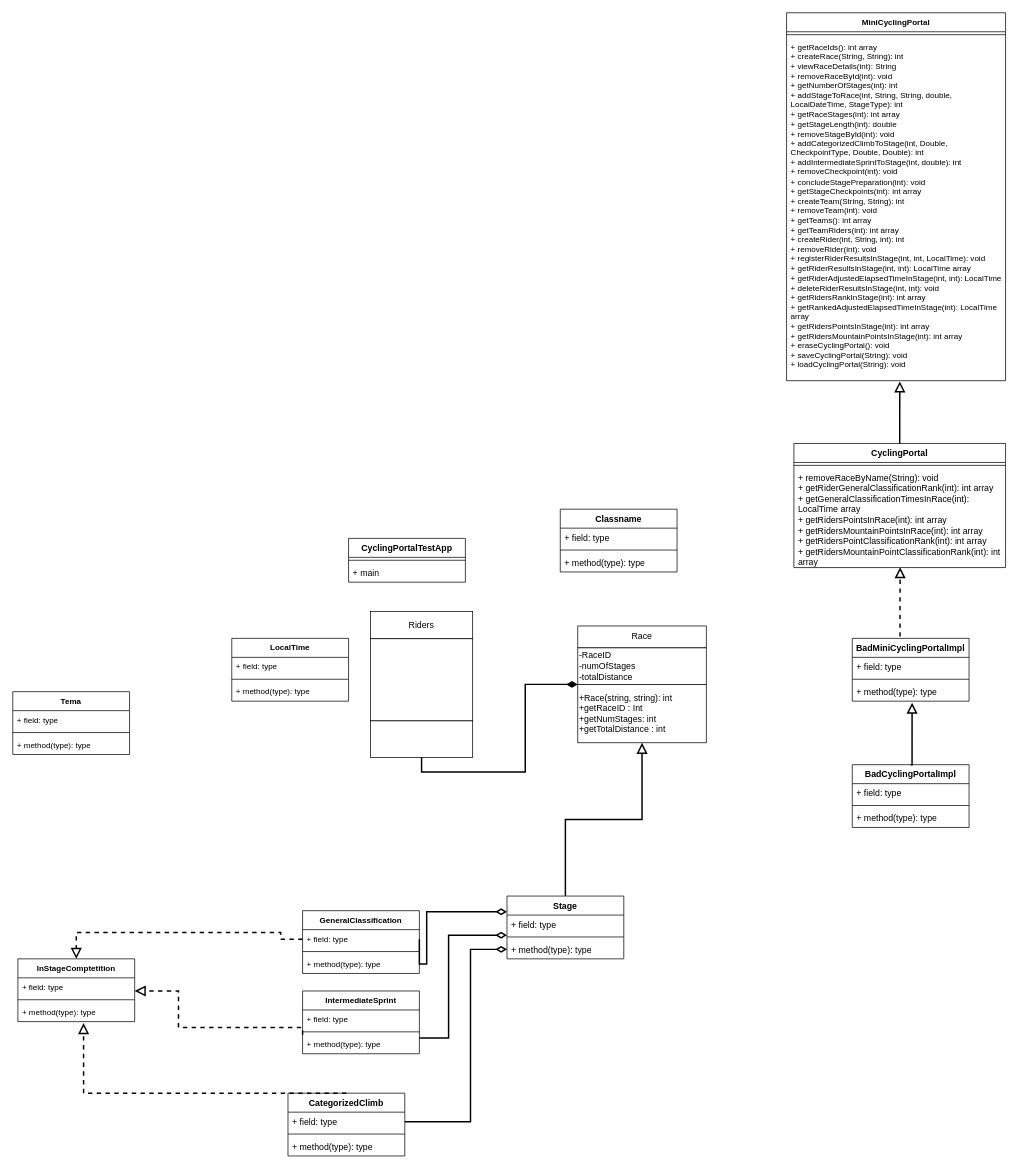
The draw.io diagram OOPCyclingUML.drawio in Negativity7477/Bike-Racing, before the edit. Source tidied: cells renumbered, new cells numbered last; positions are measured from the earlier drawing's top-left corner, leaving out a move shared by most shapes. Both pictures are drawn from the tidied source at 73%, with x=0, y=0 at pixel (12, 12).
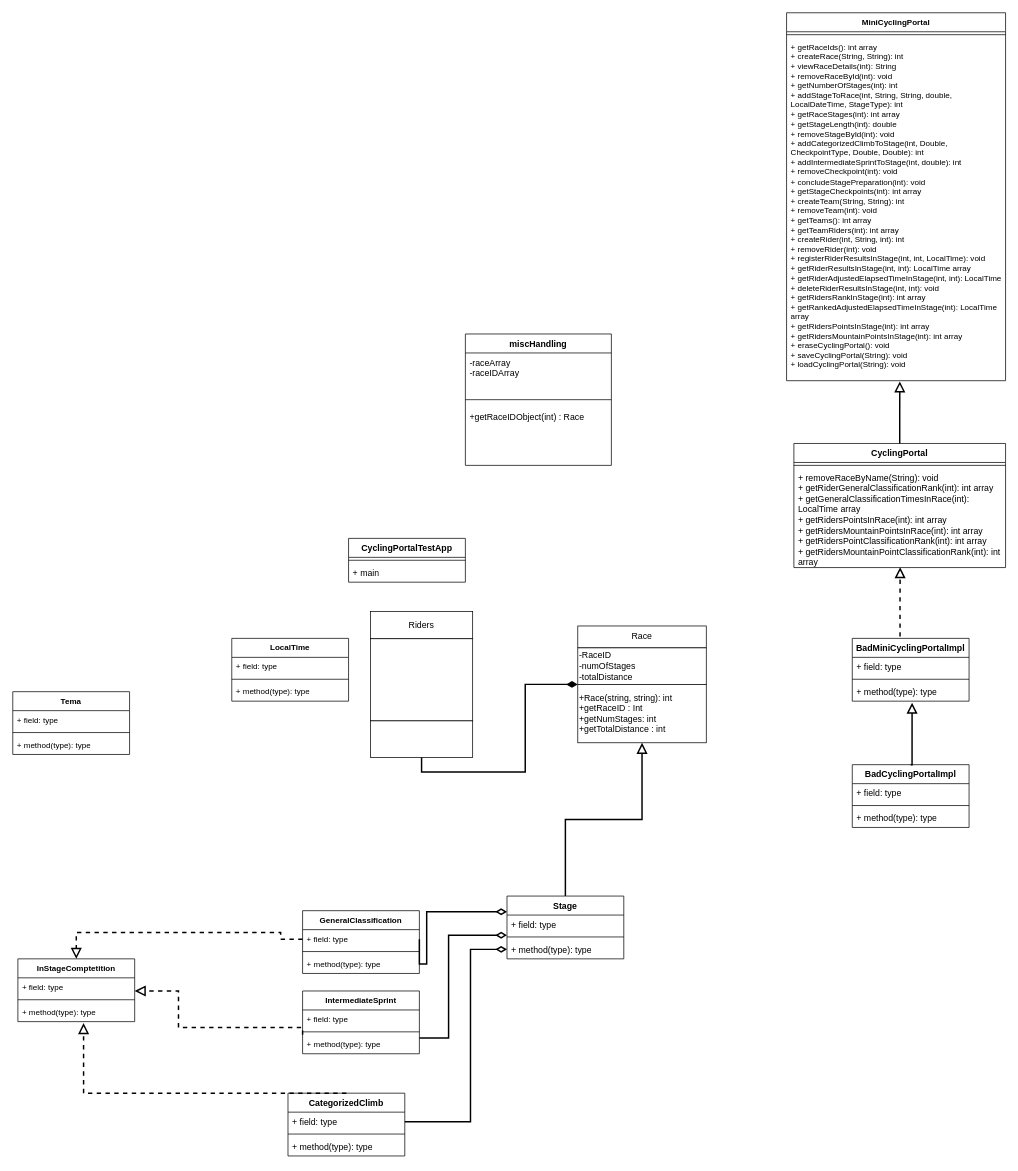
The same diagram, later.

Change to the diagram source:
```diff
@@
-    <mxCell id="66" value="Classname" style="swimlane;fontStyle=1;align=center;verticalAlign=top;horizontal=1;startSize=26;whiteSpace=wrap;html=1;" parent="1" vertex="1">
-      <mxGeometry x="750" y="680" width="160" height="86" as="geometry" />
+    <mxCell id="66" value="miscHandling" style="swimlane;fontStyle=1;align=center;verticalAlign=top;horizontal=1;startSize=26;whiteSpace=wrap;html=1;" parent="1" vertex="1">
+      <mxGeometry x="620" y="440" width="200" height="180" as="geometry" />
     </mxCell>
-    <mxCell id="67" value="+ field: type" style="text;strokeColor=none;fillColor=none;align=left;verticalAlign=top;spacingLeft=4;spacingRight=4;overflow=hidden;whiteSpace=wrap;html=1;" parent="66" vertex="1">
-      <mxGeometry y="26" width="160" height="26" as="geometry" />
+    <mxCell id="67" value="-raceArray&lt;br&gt;-raceIDArray" style="text;strokeColor=none;fillColor=none;align=left;verticalAlign=top;spacingLeft=4;spacingRight=4;overflow=hidden;whiteSpace=wrap;html=1;" parent="66" vertex="1">
+      <mxGeometry y="26" width="200" height="54" as="geometry" />
     </mxCell>
     <mxCell id="68" style="line;strokeWidth=1;fillColor=none;align=left;verticalAlign=middle;spacingTop=-1;spacingLeft=3;spacingRight=3;labelPosition=right;strokeColor=inherit;" parent="66" vertex="1">
-      <mxGeometry y="52" width="160" height="8" as="geometry" />
+      <mxGeometry y="80" width="200" height="20" as="geometry" />
     </mxCell>
-    <mxCell id="69" value="+ method(type): type" style="text;strokeColor=none;fillColor=none;align=left;verticalAlign=top;spacingLeft=4;spacingRight=4;overflow=hidden;whiteSpace=wrap;html=1;" parent="66" vertex="1">
-      <mxGeometry y="60" width="160" height="26" as="geometry" />
+    <mxCell id="69" value="+getRaceIDObject(int) : Race" style="text;strokeColor=none;fillColor=none;align=left;verticalAlign=top;spacingLeft=4;spacingRight=4;overflow=hidden;whiteSpace=wrap;html=1;" parent="66" vertex="1">
+      <mxGeometry y="100" width="200" height="80" as="geometry" />
     </mxCell>
```
